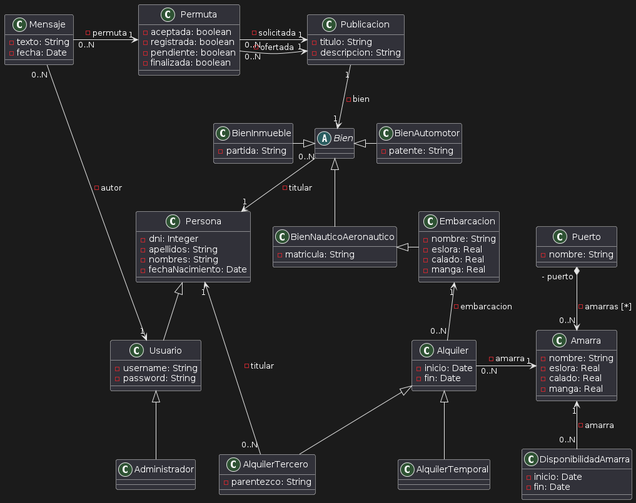
Above: uml.png in ArturoNievas/SmartNavis (PlantUML), before the change.
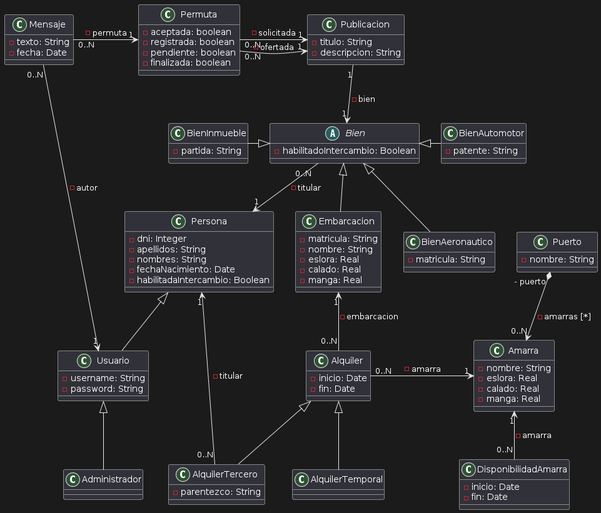
After the commit.

Commit message:
Actualizado UML

What changed in the source:
```diff
@@ -1,5 +1,6 @@
 @startuml
 abstract class Bien {
+- habilitadoIntercambio: Boolean
 }
 Bien "0..N" --> "1" Persona: - titular
 
@@ -13,24 +14,26 @@
 }
 BienInmueble -right-|> Bien
 
-class BienNauticoAeronautico {
--matricula: String
+class BienAeronautico {
+- matricula: String
 }
-BienNauticoAeronautico -up-|> Bien
+BienAeronautico -up-|> Bien
 
 class Embarcacion {
--nombre: String
--eslora: Real
--calado: Real
--manga: Real
+- matricula: String
+- nombre: String
+- eslora: Real
+- calado: Real
+- manga: Real
 }
-Embarcacion  -left-|> BienNauticoAeronautico
+Embarcacion  -up-|> Bien
 
 class Persona {
 - dni: Integer
 - apellidos: String
 - nombres: String
 - fechaNacimiento: Date
+- habilitadaIntercambio: Boolean
 }
 
 class Usuario {
@@ -44,24 +47,24 @@
 Administrador -up-|> Usuario
 
 class Mensaje {
--texto: String
--fecha: Date
+- texto: String
+- fecha: Date
 }
 Mensaje "0..N" -down-> "1" Usuario: - autor
 Mensaje "0..N" -right-> "1" Permuta: - permuta
 
 class Permuta {
--aceptada: boolean
--registrada: boolean
--pendiente: boolean
--finalizada: boolean
+- aceptada: boolean
+- registrada: boolean
+- pendiente: boolean
+- finalizada: boolean
 }
 Permuta "0..N" -right-> "1" Publicacion: - ofertada
 Permuta "0..N" -right-> "1" Publicacion: - solicitada
 
 class Publicacion {
--titulo: String
--descripcion: String
+- titulo: String
+- descripcion: String
 }
 Publicacion "1" --> "1" Bien: - bien
 
```
